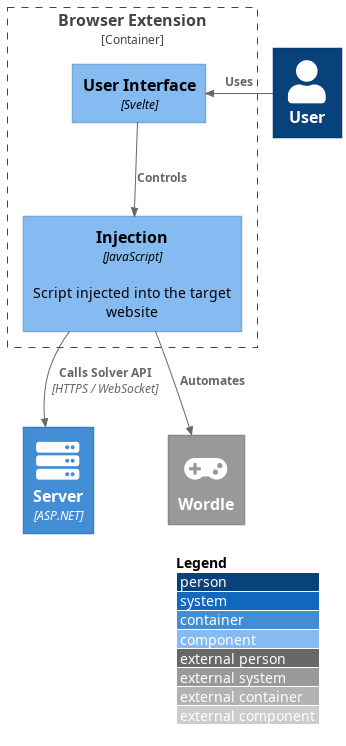
Earlier version of the PlantUML export docs/diagrams/Browser_Extension_Components_Diagram.png (marcelheim/WordleBot).
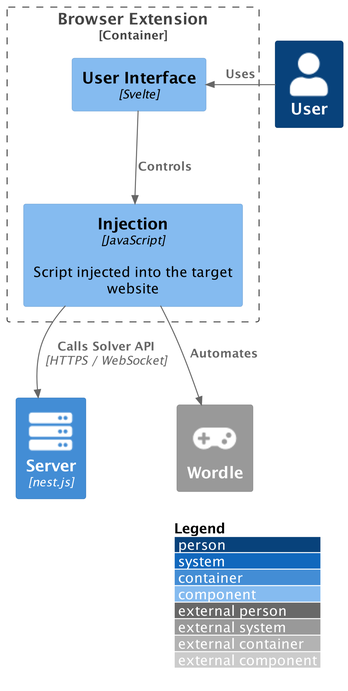
Later version of the same file.

The edit, as a diff of the source:
```diff
@@ -10,11 +10,13 @@
 !includeurl ICONURL/font-awesome-5/server.puml
 !includeurl ICONURL/devicons2/mongodb.puml
 
+skinparam dpi 250
+
 LAYOUT_WITH_LEGEND()
 
 Person(user, "User", $sprite="user")
 
-Container(server, "Server", "ASP.NET", $sprite="server")
+Container(server, "Server", "nest.js", $sprite="server")
 
 System_Ext(wordle, 'Wordle', $sprite='gamepad')
 
```
